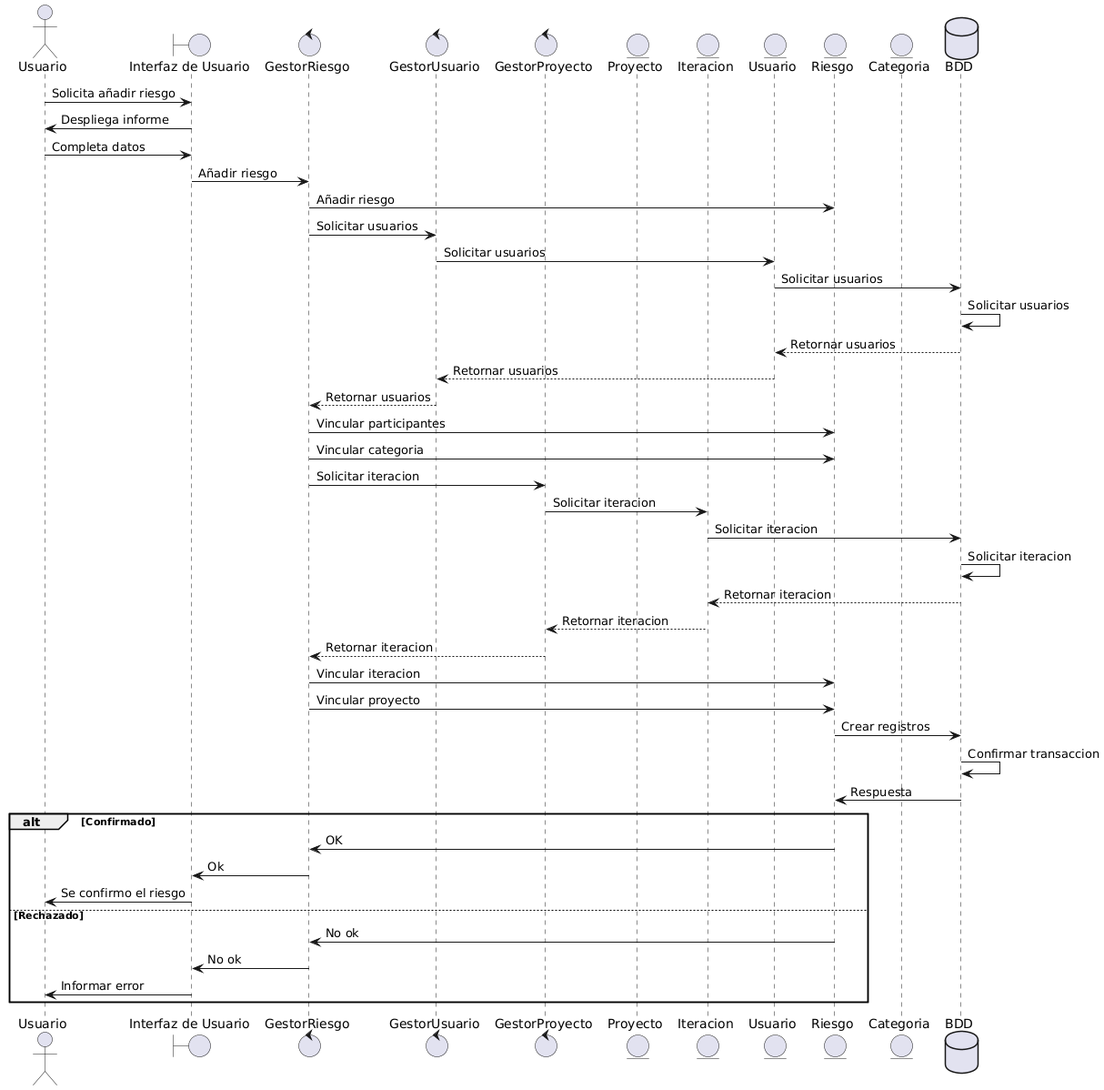
The PlantUML diagram 2. Etapa de elaboración/Iteración 2/Modelo de diseño/Diagramas de secuencia/Caso de uso 4.png in fxex/Vesta_Risk_Manager, before a commit.
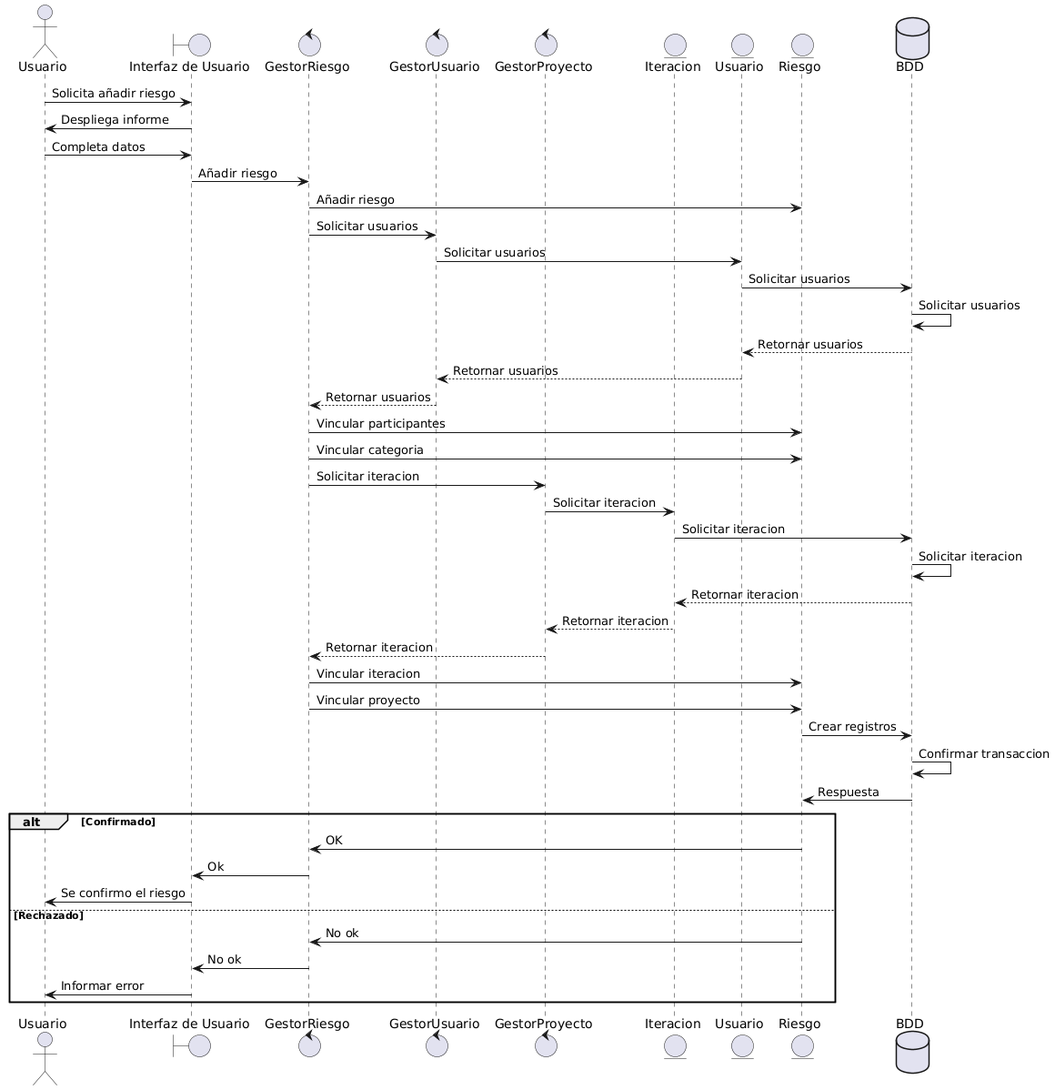
The same file after the commit.

The edit, as a diff of the source:
```diff
@@ -4,12 +4,11 @@
 control "GestorRiesgo" as gestorR
 control "GestorUsuario" as gestorU
 control "GestorProyecto" as gestorP
-entity "Proyecto" as proyecto
 entity "Iteracion" as iteracion
 entity "Usuario" as participante
 entity "Riesgo" as riesgo
-entity "Categoria" as categoria
 database "BDD" as bdd
+
 usuario -> iu: Solicita añadir riesgo
 iu -> usuario: Despliega informe
 usuario -> iu: Completa datos
```
